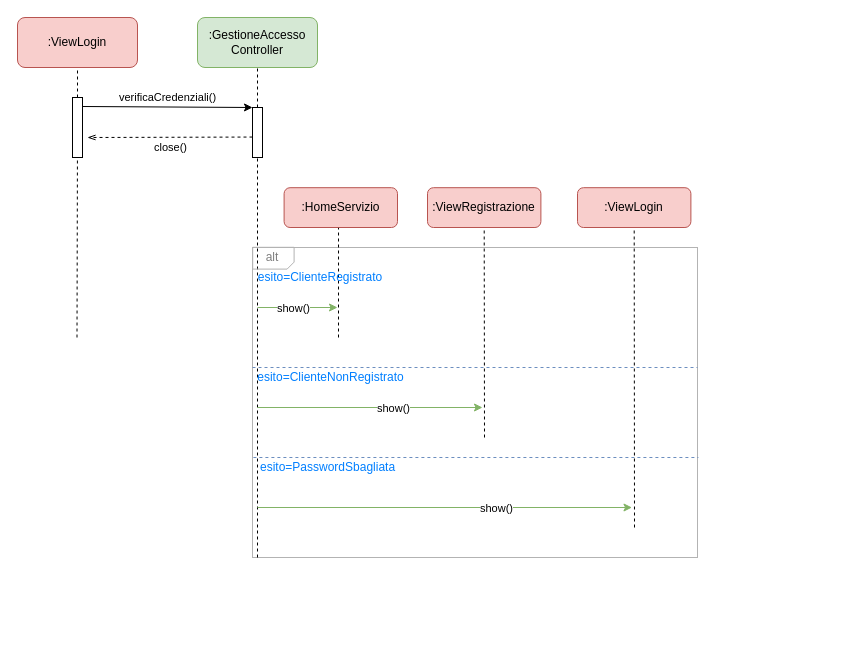
The draw.io diagram page "LoginUtente" (1 of 6) of drawio/ArchitetturaLogica.drawio in lnwor/farmabyte-doc, before the edit. Source tidied: cells renumbered, new cells numbered last; positions are measured from the earlier drawing's top-left corner, leaving out a move shared by most shapes. Both pictures are drawn from the tidied source at 100%, with x=0, y=0 at pixel (17, 17).
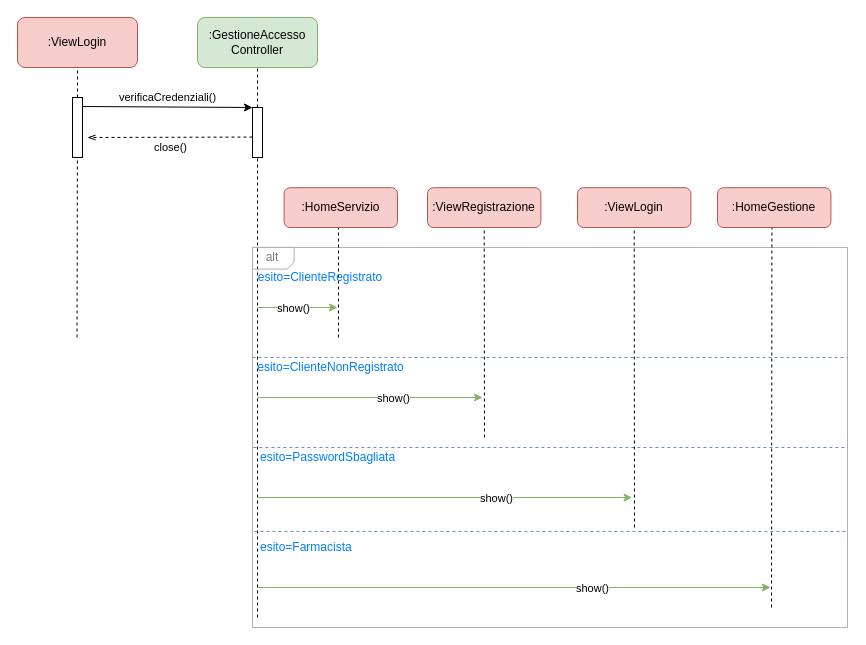
The same page after the edit.

Unchanged cells that the change refers to:
```xml
<mxCell id="9" style="rounded=0;whiteSpace=wrap;html=1;" parent="1" vertex="1">
  <mxGeometry x="235" y="90" width="10" height="50" as="geometry" />
</mxCell>
```

What changed in the source:
```diff
@@
     <mxCell id="2" style="rounded=0;whiteSpace=wrap;html=1;fillColor=none;strokeColor=#B3B3B3;" parent="1" vertex="1">
-      <mxGeometry x="235" y="230" width="445" height="310" as="geometry" />
+      <mxGeometry x="235" y="230" width="595" height="380" as="geometry" />
     </mxCell>
@@
     <mxCell id="10" style="endArrow=none;dashed=1;html=1;entryX=0.5;entryY=1;entryDx=0;entryDy=0;" parent="1" edge="1" target="9">
       <mxGeometry relative="1" as="geometry">
-        <mxPoint x="240" y="540" as="sourcePoint" />
+        <mxPoint x="240" y="600" as="sourcePoint" />
       </mxGeometry>
     </mxCell>
@@
     <mxCell id="23" style="endArrow=classic;html=1;fillColor=#d5e8d4;strokeColor=#82b366;" parent="1" edge="1">
       <mxGeometry relative="1" as="geometry">
-        <mxPoint x="240" y="390" as="sourcePoint" />
-        <mxPoint x="465" y="390" as="targetPoint" />
+        <mxPoint x="240" y="380" as="sourcePoint" />
+        <mxPoint x="465" y="380" as="targetPoint" />
       </mxGeometry>
     </mxCell>
@@
     <mxCell id="25" style="endArrow=none;dashed=1;html=1;fillColor=#dae8fc;strokeColor=#6c8ebf;" parent="1" edge="1">
       <mxGeometry relative="1" as="geometry">
-        <mxPoint x="235" y="350" as="sourcePoint" />
-        <mxPoint x="680" y="350" as="targetPoint" />
+        <mxPoint x="235" y="340" as="sourcePoint" />
+        <mxPoint x="830" y="340" as="targetPoint" />
       </mxGeometry>
     </mxCell>
@@
     <mxCell id="27" value="&lt;span style=&quot;color: rgb(0 , 127 , 255)&quot;&gt;esito=ClienteNonRegistrato&lt;/span&gt;" style="text;html=1;strokeColor=none;fillColor=none;align=center;verticalAlign=middle;whiteSpace=wrap;rounded=0;" parent="1" vertex="1">
-      <mxGeometry x="235.9" y="350" width="155" height="20" as="geometry" />
+      <mxGeometry x="235.9" y="340" width="155" height="20" as="geometry" />
     </mxCell>
     <mxCell id="28" style="endArrow=none;dashed=1;html=1;fillColor=#dae8fc;strokeColor=#6c8ebf;" parent="1" edge="1">
       <mxGeometry relative="1" as="geometry">
-        <mxPoint x="235.9" y="440" as="sourcePoint" />
-        <mxPoint x="680.9" y="440" as="targetPoint" />
+        <mxPoint x="235.9" y="430" as="sourcePoint" />
+        <mxPoint x="830" y="430" as="targetPoint" />
       </mxGeometry>
     </mxCell>
     <mxCell id="29" value="&lt;span style=&quot;color: rgb(0 , 127 , 255)&quot;&gt;esito=PasswordSbagliata&lt;/span&gt;" style="text;html=1;strokeColor=none;fillColor=none;align=left;verticalAlign=middle;whiteSpace=wrap;rounded=0;" parent="1" vertex="1">
-      <mxGeometry x="241.4" y="440" width="144.1" height="20" as="geometry" />
+      <mxGeometry x="241.4" y="430" width="144.1" height="20" as="geometry" />
     </mxCell>
@@
     <mxCell id="32" style="endArrow=classic;html=1;fillColor=#d5e8d4;strokeColor=#82b366;" parent="1" edge="1">
       <mxGeometry relative="1" as="geometry">
-        <mxPoint x="240" y="490" as="sourcePoint" />
-        <mxPoint x="614.5" y="490" as="targetPoint" />
+        <mxPoint x="240" y="480" as="sourcePoint" />
+        <mxPoint x="614.5" y="480" as="targetPoint" />
       </mxGeometry>
     </mxCell>
@@
+    <mxCell id="34" value=":HomeGestione" style="rounded=1;whiteSpace=wrap;html=1;fillColor=#f8cecc;strokeColor=#b85450;" parent="1" vertex="1">
+      <mxGeometry x="700" y="170.2" width="113.4" height="39.8" as="geometry" />
+    </mxCell>
+    <mxCell id="35" style="endArrow=none;dashed=1;html=1;entryX=0.48;entryY=1.01;entryDx=0;entryDy=0;entryPerimeter=0;" parent="1" edge="1" target="34">
+      <mxGeometry relative="1" as="geometry">
+        <mxPoint x="754" y="590" as="sourcePoint" />
+      </mxGeometry>
+    </mxCell>
+    <mxCell id="36" style="endArrow=none;dashed=1;html=1;fillColor=#dae8fc;strokeColor=#6c8ebf;" parent="1" edge="1">
+      <mxGeometry relative="1" as="geometry">
+        <mxPoint x="236.9" y="514" as="sourcePoint" />
+        <mxPoint x="830" y="514" as="targetPoint" />
+      </mxGeometry>
+    </mxCell>
+    <mxCell id="37" value="&lt;span style=&quot;color: rgb(0 , 127 , 255)&quot;&gt;esito=Farmacista&lt;/span&gt;" style="text;html=1;strokeColor=none;fillColor=none;align=left;verticalAlign=middle;whiteSpace=wrap;rounded=0;" parent="1" vertex="1">
+      <mxGeometry x="241.4" y="520" width="144.1" height="20" as="geometry" />
+    </mxCell>
+    <mxCell id="38" style="endArrow=classic;html=1;fillColor=#d5e8d4;strokeColor=#82b366;" parent="1" edge="1">
+      <mxGeometry relative="1" as="geometry">
+        <mxPoint x="240" y="570" as="sourcePoint" />
+        <mxPoint x="753" y="570" as="targetPoint" />
+      </mxGeometry>
+    </mxCell>
+    <mxCell id="39" value="show()" style="edgeLabel;html=1;align=center;verticalAlign=middle;" parent="38" vertex="1">
+      <mxGeometry x="0.38" relative="1" as="geometry">
+        <mxPoint x="-20" as="offset" />
+      </mxGeometry>
+    </mxCell>
```
